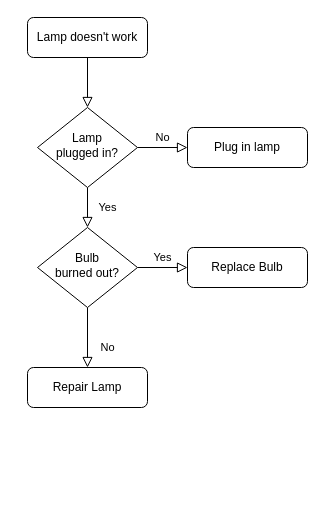
Before: daily_workflow.drawio in FocusEconomics/Git_documentation, a draw.io diagram. Source tidied: cells renumbered, new cells numbered last; positions are measured from the earlier drawing's top-left corner, leaving out a move shared by most shapes. Both pictures are drawn from the tidied source at 100%, with x=0, y=0 at pixel (27, 17).
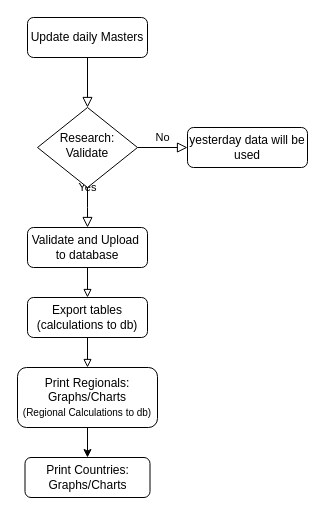
The same diagram, later.

What changed in the source:
```diff
@@
 <mxGraphModel>
   <root>
     <mxCell id="0" />
     <mxCell id="1" parent="0" />
     <mxCell id="2" style="rounded=0;html=1;jettySize=auto;fontSize=11;endArrow=block;endFill=0;endSize=8;strokeWidth=1;shadow=0;labelBackgroundColor=none;edgeStyle=orthogonalEdgeStyle;" parent="1" edge="1" source="3" target="6">
       <mxGeometry relative="1" as="geometry" />
     </mxCell>
-    <mxCell id="3" value="Lamp doesn't work" style="rounded=1;whiteSpace=wrap;html=1;fontSize=12;glass=0;strokeWidth=1;shadow=0;" parent="1" vertex="1">
+    <mxCell id="3" value="Update daily Masters" style="rounded=1;whiteSpace=wrap;html=1;fontSize=12;glass=0;strokeWidth=1;shadow=0;" parent="1" vertex="1">
       <mxGeometry width="120" height="40" as="geometry" />
     </mxCell>
-    <mxCell id="4" value="Yes" style="rounded=0;html=1;jettySize=auto;fontSize=11;endArrow=block;endFill=0;endSize=8;strokeWidth=1;shadow=0;labelBackgroundColor=none;edgeStyle=orthogonalEdgeStyle;" parent="1" edge="1" source="6" target="10">
-      <mxGeometry y="20" relative="1" as="geometry" />
+    <mxCell id="4" value="Yes" style="rounded=0;html=1;jettySize=auto;fontSize=11;endArrow=block;endFill=0;endSize=8;strokeWidth=1;shadow=0;labelBackgroundColor=none;edgeStyle=orthogonalEdgeStyle;" parent="1" edge="1" source="6">
+      <mxGeometry y="20" relative="1" as="geometry">
+        <mxPoint x="60" y="210" as="targetPoint" />
+      </mxGeometry>
     </mxCell>
     <mxCell id="5" value="No" style="edgeStyle=orthogonalEdgeStyle;rounded=0;html=1;jettySize=auto;fontSize=11;endArrow=block;endFill=0;endSize=8;strokeWidth=1;shadow=0;labelBackgroundColor=none;" parent="1" edge="1" source="6" target="7">
       <mxGeometry y="10" relative="1" as="geometry" />
     </mxCell>
-    <mxCell id="6" value="Lamp&lt;br&gt;plugged in?" style="rhombus;whiteSpace=wrap;html=1;shadow=0;fontFamily=Helvetica;fontSize=12;align=center;strokeWidth=1;spacing=6;spacingTop=-4;" parent="1" vertex="1">
+    <mxCell id="6" value="Research:&lt;br&gt;Validate" style="rhombus;whiteSpace=wrap;html=1;shadow=0;fontFamily=Helvetica;fontSize=12;align=center;strokeWidth=1;spacing=6;spacingTop=-4;" parent="1" vertex="1">
       <mxGeometry x="10" y="90" width="100" height="80" as="geometry" />
     </mxCell>
-    <mxCell id="7" value="Plug in lamp" style="rounded=1;whiteSpace=wrap;html=1;fontSize=12;glass=0;strokeWidth=1;shadow=0;" parent="1" vertex="1">
+    <mxCell id="7" value="yesterday data will be used" style="rounded=1;whiteSpace=wrap;html=1;fontSize=12;glass=0;strokeWidth=1;shadow=0;" parent="1" vertex="1">
       <mxGeometry x="160" y="110" width="120" height="40" as="geometry" />
     </mxCell>
-    <mxCell id="8" value="No" style="rounded=0;html=1;jettySize=auto;fontSize=11;endArrow=block;endFill=0;endSize=8;strokeWidth=1;shadow=0;labelBackgroundColor=none;edgeStyle=orthogonalEdgeStyle;" parent="1" edge="1" source="10" target="11">
-      <mxGeometry x="0.33" y="20" relative="1" as="geometry" />
-    </mxCell>
-    <mxCell id="9" value="Yes" style="edgeStyle=orthogonalEdgeStyle;rounded=0;html=1;jettySize=auto;fontSize=11;endArrow=block;endFill=0;endSize=8;strokeWidth=1;shadow=0;labelBackgroundColor=none;" parent="1" edge="1" source="10" target="12">
-      <mxGeometry y="10" relative="1" as="geometry" />
-    </mxCell>
-    <mxCell id="10" value="Bulb&lt;br&gt;burned out?" style="rhombus;whiteSpace=wrap;html=1;shadow=0;fontFamily=Helvetica;fontSize=12;align=center;strokeWidth=1;spacing=6;spacingTop=-4;" parent="1" vertex="1">
-      <mxGeometry x="10" y="210" width="100" height="80" as="geometry" />
-    </mxCell>
+    <mxCell id="13" style="edgeStyle=orthogonalEdgeStyle;rounded=0;jettySize=auto;html=1;" parent="1" edge="1" source="11" target="18">
+      <mxGeometry relative="1" as="geometry" />
+    </mxCell>
-    <mxCell id="11" value="Repair Lamp" style="rounded=1;whiteSpace=wrap;html=1;fontSize=12;glass=0;strokeWidth=1;shadow=0;" parent="1" vertex="1">
-      <mxGeometry y="350" width="120" height="40" as="geometry" />
+    <mxCell id="11" value="Print Regionals:&lt;br&gt;Graphs/Charts&lt;br&gt;&lt;font style=&quot;font-size: 10px;&quot;&gt;(Regional Calculations to db)&lt;/font&gt;" style="rounded=1;whiteSpace=wrap;html=1;fontSize=12;glass=0;strokeWidth=1;shadow=0;" parent="1" vertex="1">
+      <mxGeometry x="-10" y="350" width="140" height="60" as="geometry" />
     </mxCell>
-    <mxCell id="12" value="Replace Bulb" style="rounded=1;whiteSpace=wrap;html=1;fontSize=12;glass=0;strokeWidth=1;shadow=0;" parent="1" vertex="1">
-      <mxGeometry x="160" y="230" width="120" height="40" as="geometry" />
-    </mxCell>
+    <mxCell id="14" style="edgeStyle=orthogonalEdgeStyle;rounded=0;jettySize=auto;html=1;endArrow=block;endFill=0;" parent="1" edge="1" source="15" target="17">
+      <mxGeometry relative="1" as="geometry" />
+    </mxCell>
+    <mxCell id="15" value="Validate and Upload&amp;nbsp;&lt;br&gt;to database" style="rounded=1;whiteSpace=wrap;html=1;fontSize=12;glass=0;strokeWidth=1;shadow=0;" parent="1" vertex="1">
+      <mxGeometry y="210" width="120" height="40" as="geometry" />
+    </mxCell>
+    <mxCell id="16" style="edgeStyle=orthogonalEdgeStyle;rounded=0;jettySize=auto;html=1;exitX=0.5;exitY=1;exitDx=0;exitDy=0;entryX=0.5;entryY=0;entryDx=0;entryDy=0;endArrow=block;endFill=0;" parent="1" edge="1" source="17" target="11">
+      <mxGeometry relative="1" as="geometry" />
+    </mxCell>
+    <mxCell id="17" value="Export tables&lt;br&gt;(calculations to db)" style="rounded=1;whiteSpace=wrap;html=1;fontSize=12;glass=0;strokeWidth=1;shadow=0;" parent="1" vertex="1">
+      <mxGeometry y="280" width="120" height="40" as="geometry" />
+    </mxCell>
+    <mxCell id="18" value="Print Countries:&lt;br&gt;Graphs/Charts&lt;br&gt;" style="rounded=1;whiteSpace=wrap;html=1;fontSize=12;glass=0;strokeWidth=1;shadow=0;" parent="1" vertex="1">
+      <mxGeometry x="-2.5" y="440" width="125" height="40" as="geometry" />
+    </mxCell>
   </root>
 </mxGraphModel>
```
